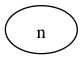
This is dot/2014-01-16-inference1.dot.png from seanedwards/seanedwards.github.io, a Graphviz export, as it was before one commit. Its source is kept beside it as dot/2014-01-16-inference1.dot.
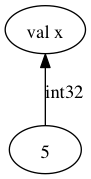
Later version of the same file.

What changed in the source:
```diff
@@ -1,3 +1,6 @@
 digraph g {
-    n;
+    Decl [label="val x"];
+    Val [label="5"];
+
+    Decl -> Val [label="int32" dir=back];
 }
```
